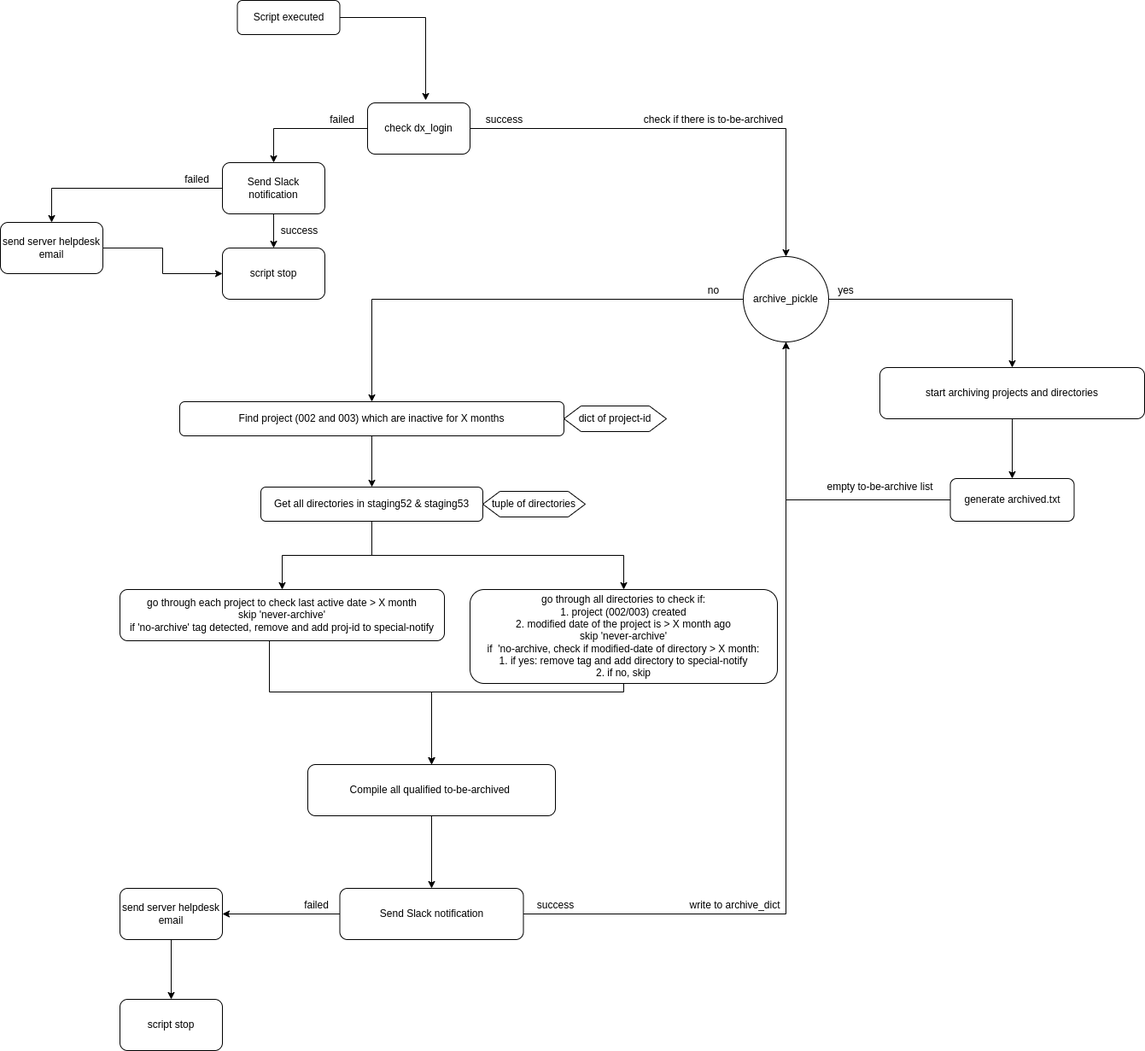
Earlier version of the draw.io export archive.png (eastgenomics/automated-archiving). Source tidied: cells renumbered, new cells last; positions are measured from the earlier drawing's top-left corner, leaving out a move shared by most shapes.
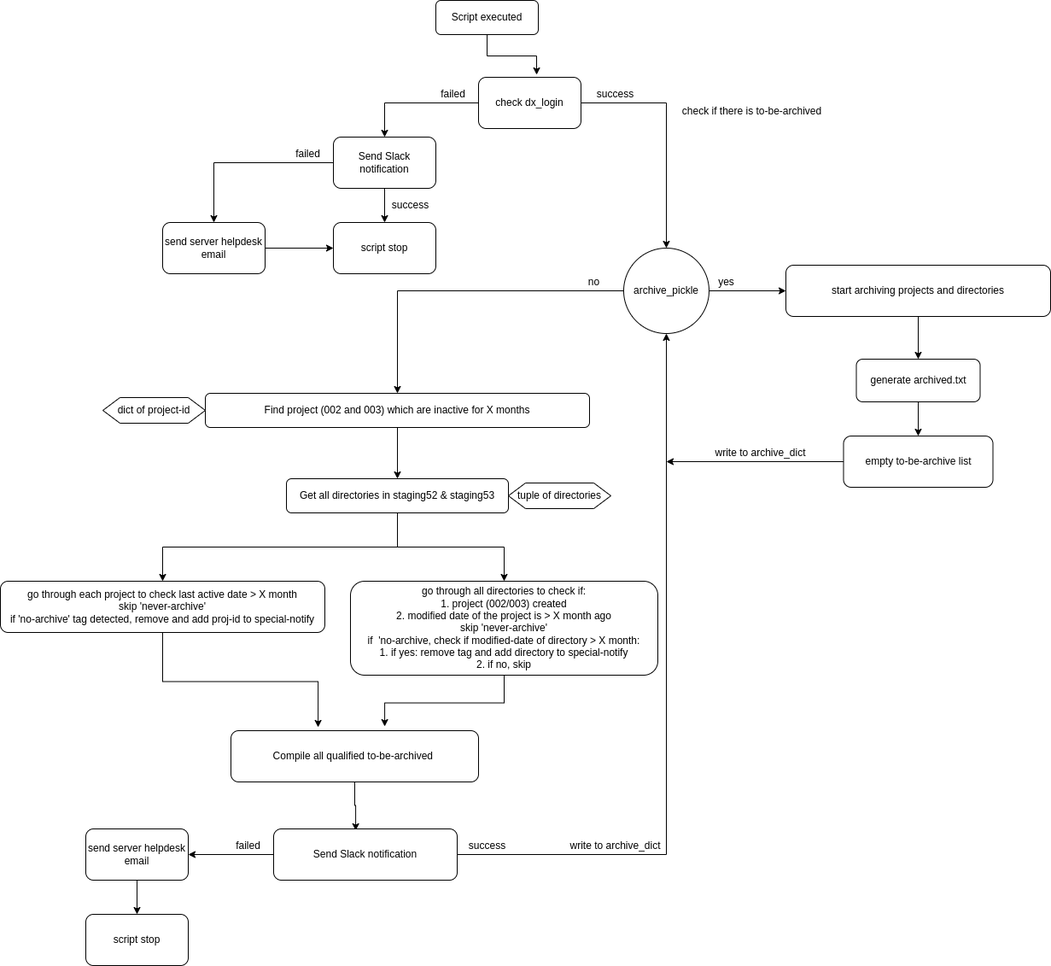
The same file after the commit.

What changed in the source:
```diff
@@ -6,16 +6,16 @@
       <mxGeometry relative="1" as="geometry" />
     </mxCell>
     <mxCell id="3" value="Script executed" style="rounded=1;whiteSpace=wrap;html=1;" parent="1" vertex="1">
-      <mxGeometry x="277.5" width="120" height="40" as="geometry" />
+      <mxGeometry x="650" y="10" width="120" height="40" as="geometry" />
     </mxCell>
     <mxCell id="4" style="edgeStyle=orthogonalEdgeStyle;rounded=0;jettySize=auto;html=1;" parent="1" edge="1" source="5" target="9">
       <mxGeometry relative="1" as="geometry" />
     </mxCell>
     <mxCell id="5" value="Find project (002 and 003) which are inactive for X months" style="rounded=1;whiteSpace=wrap;html=1;" parent="1" vertex="1">
-      <mxGeometry x="210" y="470" width="450" height="40" as="geometry" />
+      <mxGeometry x="380" y="470" width="450" height="40" as="geometry" />
     </mxCell>
     <mxCell id="6" value="dict of project-id" style="shape=hexagon;perimeter=hexagonPerimeter2;whiteSpace=wrap;html=1;fixedSize=1;" parent="1" vertex="1">
-      <mxGeometry x="660" y="475" width="120" height="30" as="geometry" />
+      <mxGeometry x="260" y="475" width="120" height="30" as="geometry" />
     </mxCell>
     <mxCell id="7" style="edgeStyle=orthogonalEdgeStyle;rounded=0;jettySize=auto;html=1;" parent="1" edge="1" source="9" target="24">
       <mxGeometry relative="1" as="geometry" />
@@ -24,18 +24,13 @@
       <mxGeometry relative="1" as="geometry" />
     </mxCell>
     <mxCell id="9" value="Get all directories in staging52 &amp;amp; staging53" style="rounded=1;whiteSpace=wrap;html=1;" parent="1" vertex="1">
-      <mxGeometry x="305" y="570" width="260" height="40" as="geometry" />
+      <mxGeometry x="475" y="570" width="260" height="40" as="geometry" />
     </mxCell>
     <mxCell id="10" value="tuple of directories" style="shape=hexagon;perimeter=hexagonPerimeter2;whiteSpace=wrap;html=1;fixedSize=1;" parent="1" vertex="1">
-      <mxGeometry x="565" y="575" width="120" height="30" as="geometry" />
+      <mxGeometry x="735" y="575" width="120" height="30" as="geometry" />
     </mxCell>
-    <mxCell id="11" style="edgeStyle=orthogonalEdgeStyle;rounded=0;jettySize=auto;html=1;entryX=0.5;entryY=0;entryDx=0;entryDy=0;" parent="1" edge="1" source="12" target="26">
-      <mxGeometry relative="1" as="geometry">
-        <Array as="points">
-          <mxPoint x="315" y="810" />
-          <mxPoint x="505" y="810" />
-        </Array>
-      </mxGeometry>
+    <mxCell id="11" style="edgeStyle=orthogonalEdgeStyle;rounded=0;jettySize=auto;html=1;entryX=0.352;entryY=-0.067;entryDx=0;entryDy=0;entryPerimeter=0;" parent="1" edge="1" source="12" target="26">
+      <mxGeometry relative="1" as="geometry" />
     </mxCell>
     <mxCell id="12" value="go through each project to check last active date &amp;gt; X month&lt;br&gt;skip 'never-archive'&lt;br&gt;if 'no-archive' tag detected, remove and add proj-id to special-notify" style="rounded=1;whiteSpace=wrap;html=1;" parent="1" vertex="1">
       <mxGeometry x="140" y="690" width="380" height="60" as="geometry" />
@@ -50,7 +45,7 @@
       <mxGeometry x="870" y="300" width="100" height="100" as="geometry" />
     </mxCell>
     <mxCell id="16" value="check if there is to-be-archived" style="text;html=1;align=center;verticalAlign=middle;strokeColor=none;fillColor=none;" parent="1" vertex="1">
-      <mxGeometry x="745" y="130" width="180" height="20" as="geometry" />
+      <mxGeometry x="930" y="130" width="180" height="20" as="geometry" />
     </mxCell>
     <mxCell id="17" value="no" style="text;html=1;align=center;verticalAlign=middle;strokeColor=none;fillColor=none;" parent="1" vertex="1">
       <mxGeometry x="820" y="330" width="30" height="20" as="geometry" />
@@ -59,88 +54,69 @@
       <mxGeometry relative="1" as="geometry" />
     </mxCell>
     <mxCell id="19" value="start archiving projects and directories" style="rounded=1;whiteSpace=wrap;html=1;" parent="1" vertex="1">
-      <mxGeometry x="1030" y="430" width="310" height="60" as="geometry" />
+      <mxGeometry x="1060" y="320" width="310" height="60" as="geometry" />
     </mxCell>
-    <mxCell id="20" style="edgeStyle=orthogonalEdgeStyle;rounded=0;jettySize=auto;html=1;entryX=0.5;entryY=1;entryDx=0;entryDy=0;" parent="1" edge="1" source="21" target="15">
-      <mxGeometry relative="1" as="geometry">
-        <Array as="points">
-          <mxPoint x="920" y="585" />
-        </Array>
-      </mxGeometry>
-    </mxCell>
+    <mxCell id="50" style="edgeStyle=orthogonalEdgeStyle;rounded=0;jettySize=auto;html=1;" parent="1" edge="1" source="21" target="22">
+      <mxGeometry relative="1" as="geometry" />
+    </mxCell>
     <mxCell id="21" value="generate archived.txt" style="rounded=1;whiteSpace=wrap;html=1;" parent="1" vertex="1">
-      <mxGeometry x="1112.5" y="560" width="145" height="50" as="geometry" />
+      <mxGeometry x="1142.5" y="430" width="145" height="50" as="geometry" />
     </mxCell>
-    <mxCell id="22" value="empty to-be-archive list" style="text;html=1;align=center;verticalAlign=middle;points=[];strokeColor=none;fillColor=none;" parent="1" vertex="1">
-      <mxGeometry x="960" y="560" width="140" height="20" as="geometry" />
-    </mxCell>
-    <mxCell id="23" style="edgeStyle=orthogonalEdgeStyle;rounded=0;jettySize=auto;html=1;entryX=0.5;entryY=0;entryDx=0;entryDy=0;" parent="1" edge="1" source="24" target="26">
-      <mxGeometry relative="1" as="geometry">
-        <Array as="points">
-          <mxPoint x="730" y="810" />
-          <mxPoint x="505" y="810" />
-        </Array>
-      </mxGeometry>
+    <mxCell id="23" style="edgeStyle=orthogonalEdgeStyle;rounded=0;jettySize=auto;html=1;entryX=0.621;entryY=-0.083;entryDx=0;entryDy=0;entryPerimeter=0;" parent="1" edge="1" source="24" target="26">
+      <mxGeometry relative="1" as="geometry" />
     </mxCell>
     <mxCell id="24" value="go through all directories to check if:&lt;br&gt;1. project (002/003) created&lt;br&gt;2. modified date of the project is &amp;gt; X month ago&lt;br&gt;skip 'never-archive'&lt;br&gt;if&amp;nbsp; 'no-archive, check if modified-date of directory &amp;gt; X month:&lt;br&gt;1. if yes: remove tag and add directory to special-notify&lt;br&gt;2. if no, skip" style="rounded=1;whiteSpace=wrap;html=1;" parent="1" vertex="1">
       <mxGeometry x="550" y="690" width="360" height="110" as="geometry" />
     </mxCell>
-    <mxCell id="25" style="edgeStyle=orthogonalEdgeStyle;rounded=0;jettySize=auto;html=1;" parent="1" edge="1" source="26">
-      <mxGeometry relative="1" as="geometry">
-        <mxPoint x="505" y="1040" as="targetPoint" />
-      </mxGeometry>
-    </mxCell>
+    <mxCell id="51" style="edgeStyle=orthogonalEdgeStyle;rounded=0;jettySize=auto;html=1;entryX=0.447;entryY=0.033;entryDx=0;entryDy=0;entryPerimeter=0;" parent="1" edge="1" source="26" target="29">
+      <mxGeometry relative="1" as="geometry" />
+    </mxCell>
     <mxCell id="26" value="Compile all qualified to-be-archived&amp;nbsp;" style="rounded=1;whiteSpace=wrap;html=1;" parent="1" vertex="1">
-      <mxGeometry x="360" y="895" width="290" height="60" as="geometry" />
+      <mxGeometry x="410" y="865" width="290" height="60" as="geometry" />
     </mxCell>
-    <mxCell id="27" style="edgeStyle=orthogonalEdgeStyle;rounded=0;jettySize=auto;html=1;" parent="1" edge="1" source="29">
-      <mxGeometry relative="1" as="geometry">
-        <mxPoint x="260" y="1070" as="targetPoint" />
-      </mxGeometry>
-    </mxCell>
+    <mxCell id="52" style="edgeStyle=orthogonalEdgeStyle;rounded=0;jettySize=auto;html=1;" parent="1" edge="1" source="29" target="34">
+      <mxGeometry relative="1" as="geometry" />
+    </mxCell>
     <mxCell id="28" style="edgeStyle=orthogonalEdgeStyle;rounded=0;jettySize=auto;html=1;entryX=0.5;entryY=1;entryDx=0;entryDy=0;" parent="1" edge="1" source="29" target="15">
       <mxGeometry relative="1" as="geometry" />
     </mxCell>
     <mxCell id="29" value="Send Slack notification" style="rounded=1;whiteSpace=wrap;html=1;" parent="1" vertex="1">
-      <mxGeometry x="397.5" y="1040" width="215" height="60" as="geometry" />
+      <mxGeometry x="460" y="980" width="215" height="60" as="geometry" />
     </mxCell>
-    <mxCell id="30" value="success" style="text;html=1;align=center;verticalAlign=middle;strokeColor=none;fillColor=none;" parent="1" vertex="1">
-      <mxGeometry x="620" y="1050" width="60" height="20" as="geometry" />
-    </mxCell>
     <mxCell id="31" value="write to archive_dict" style="text;html=1;align=center;verticalAlign=middle;strokeColor=none;fillColor=none;" parent="1" vertex="1">
-      <mxGeometry x="800" y="1050" width="120" height="20" as="geometry" />
+      <mxGeometry x="800" y="990" width="120" height="20" as="geometry" />
     </mxCell>
     <mxCell id="32" value="failed" style="text;html=1;align=center;verticalAlign=middle;strokeColor=none;fillColor=none;" parent="1" vertex="1">
-      <mxGeometry x="350" y="1050" width="40" height="20" as="geometry" />
+      <mxGeometry x="410" y="990" width="40" height="20" as="geometry" />
     </mxCell>
     <mxCell id="33" style="edgeStyle=orthogonalEdgeStyle;rounded=0;jettySize=auto;html=1;entryX=0.5;entryY=0;entryDx=0;entryDy=0;" parent="1" edge="1" source="34" target="36">
       <mxGeometry relative="1" as="geometry" />
     </mxCell>
     <mxCell id="34" value="send server helpdesk email" style="rounded=1;whiteSpace=wrap;html=1;" parent="1" vertex="1">
-      <mxGeometry x="140" y="1040" width="120" height="60" as="geometry" />
+      <mxGeometry x="240" y="980" width="120" height="60" as="geometry" />
     </mxCell>
     <mxCell id="35" value="yes" style="text;html=1;align=center;verticalAlign=middle;strokeColor=none;fillColor=none;" parent="1" vertex="1">
       <mxGeometry x="975" y="330" width="30" height="20" as="geometry" />
     </mxCell>
     <mxCell id="36" value="script stop" style="rounded=1;whiteSpace=wrap;html=1;" parent="1" vertex="1">
-      <mxGeometry x="140" y="1170" width="120" height="60" as="geometry" />
+      <mxGeometry x="240" y="1080" width="120" height="60" as="geometry" />
     </mxCell>
     <mxCell id="37" style="edgeStyle=orthogonalEdgeStyle;rounded=0;jettySize=auto;html=1;entryX=0.5;entryY=0;entryDx=0;entryDy=0;" parent="1" edge="1" source="39" target="15">
       <mxGeometry relative="1" as="geometry" />
     </mxCell>
     <mxCell id="38" style="edgeStyle=orthogonalEdgeStyle;rounded=0;jettySize=auto;html=1;" parent="1" edge="1" source="39">
       <mxGeometry relative="1" as="geometry">
-        <mxPoint x="320" y="190" as="targetPoint" />
+        <mxPoint x="590" y="170" as="targetPoint" />
       </mxGeometry>
     </mxCell>
     <mxCell id="39" value="check dx_login" style="rounded=1;whiteSpace=wrap;html=1;" parent="1" vertex="1">
-      <mxGeometry x="430" y="120" width="120" height="60" as="geometry" />
+      <mxGeometry x="700" y="100" width="120" height="60" as="geometry" />
     </mxCell>
     <mxCell id="40" value="success" style="text;html=1;align=center;verticalAlign=middle;strokeColor=none;fillColor=none;" parent="1" vertex="1">
-      <mxGeometry x="560" y="130" width="60" height="20" as="geometry" />
+      <mxGeometry x="830" y="110" width="60" height="20" as="geometry" />
     </mxCell>
     <mxCell id="41" value="failed" style="text;html=1;align=center;verticalAlign=middle;strokeColor=none;fillColor=none;" parent="1" vertex="1">
-      <mxGeometry x="380" y="130" width="40" height="20" as="geometry" />
+      <mxGeometry x="650" y="110" width="40" height="20" as="geometry" />
     </mxCell>
     <mxCell id="42" style="edgeStyle=orthogonalEdgeStyle;rounded=0;jettySize=auto;html=1;" parent="1" edge="1" source="44" target="45">
       <mxGeometry relative="1" as="geometry" />
@@ -149,22 +125,36 @@
       <mxGeometry relative="1" as="geometry" />
     </mxCell>
     <mxCell id="44" value="Send Slack notification" style="rounded=1;whiteSpace=wrap;html=1;" parent="1" vertex="1">
-      <mxGeometry x="260" y="190" width="120" height="60" as="geometry" />
+      <mxGeometry x="530" y="170" width="120" height="60" as="geometry" />
     </mxCell>
     <mxCell id="45" value="script stop" style="rounded=1;whiteSpace=wrap;html=1;" parent="1" vertex="1">
-      <mxGeometry x="260" y="290" width="120" height="60" as="geometry" />
+      <mxGeometry x="530" y="270" width="120" height="60" as="geometry" />
     </mxCell>
     <mxCell id="46" value="failed" style="text;html=1;align=center;verticalAlign=middle;strokeColor=none;fillColor=none;" parent="1" vertex="1">
-      <mxGeometry x="210" y="200" width="40" height="20" as="geometry" />
+      <mxGeometry x="480" y="180" width="40" height="20" as="geometry" />
     </mxCell>
     <mxCell id="47" style="edgeStyle=orthogonalEdgeStyle;rounded=0;jettySize=auto;html=1;entryX=0;entryY=0.5;entryDx=0;entryDy=0;" parent="1" edge="1" source="48" target="45">
       <mxGeometry relative="1" as="geometry" />
     </mxCell>
     <mxCell id="48" value="send server helpdesk email" style="rounded=1;whiteSpace=wrap;html=1;" parent="1" vertex="1">
-      <mxGeometry y="260" width="120" height="60" as="geometry" />
+      <mxGeometry x="330" y="270" width="120" height="60" as="geometry" />
     </mxCell>
     <mxCell id="49" value="success" style="text;html=1;align=center;verticalAlign=middle;strokeColor=none;fillColor=none;" parent="1" vertex="1">
-      <mxGeometry x="320" y="260" width="60" height="20" as="geometry" />
+      <mxGeometry x="590" y="240" width="60" height="20" as="geometry" />
     </mxCell>
+    <mxCell id="30" value="success" style="text;html=1;align=center;verticalAlign=middle;strokeColor=none;fillColor=none;" parent="1" vertex="1">
+      <mxGeometry x="680" y="990" width="60" height="20" as="geometry" />
+    </mxCell>
+    <mxCell id="53" style="edgeStyle=orthogonalEdgeStyle;rounded=0;jettySize=auto;html=1;" parent="1" edge="1" source="22">
+      <mxGeometry relative="1" as="geometry">
+        <mxPoint x="920" y="550" as="targetPoint" />
+      </mxGeometry>
+    </mxCell>
+    <mxCell id="22" value="empty to-be-archive list" style="rounded=1;whiteSpace=wrap;html=1;" parent="1" vertex="1">
+      <mxGeometry x="1127.5" y="520" width="175" height="60" as="geometry" />
+    </mxCell>
+    <mxCell id="54" value="write to archive_dict" style="text;html=1;align=center;verticalAlign=middle;strokeColor=none;fillColor=none;" parent="1" vertex="1">
+      <mxGeometry x="970" y="530" width="120" height="20" as="geometry" />
+    </mxCell>
   </root>
 </mxGraphModel>
```
